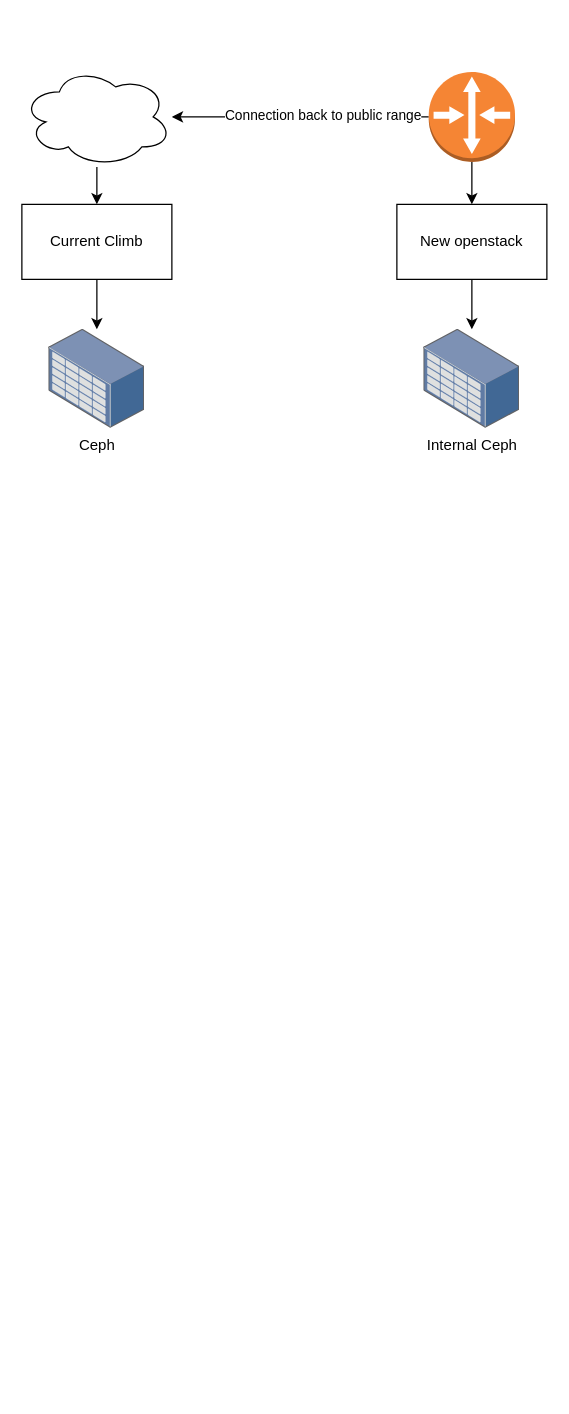
The draw.io diagram Untitled Diagram.drawio in frantek/Pi_Eyes, before the edit. Source tidied: cells renumbered, new cells numbered last; positions are measured from the earlier drawing's top-left corner, leaving out a move shared by most shapes. Both pictures are drawn from the tidied source at 125%, with x=0, y=0 at pixel (21, 66).
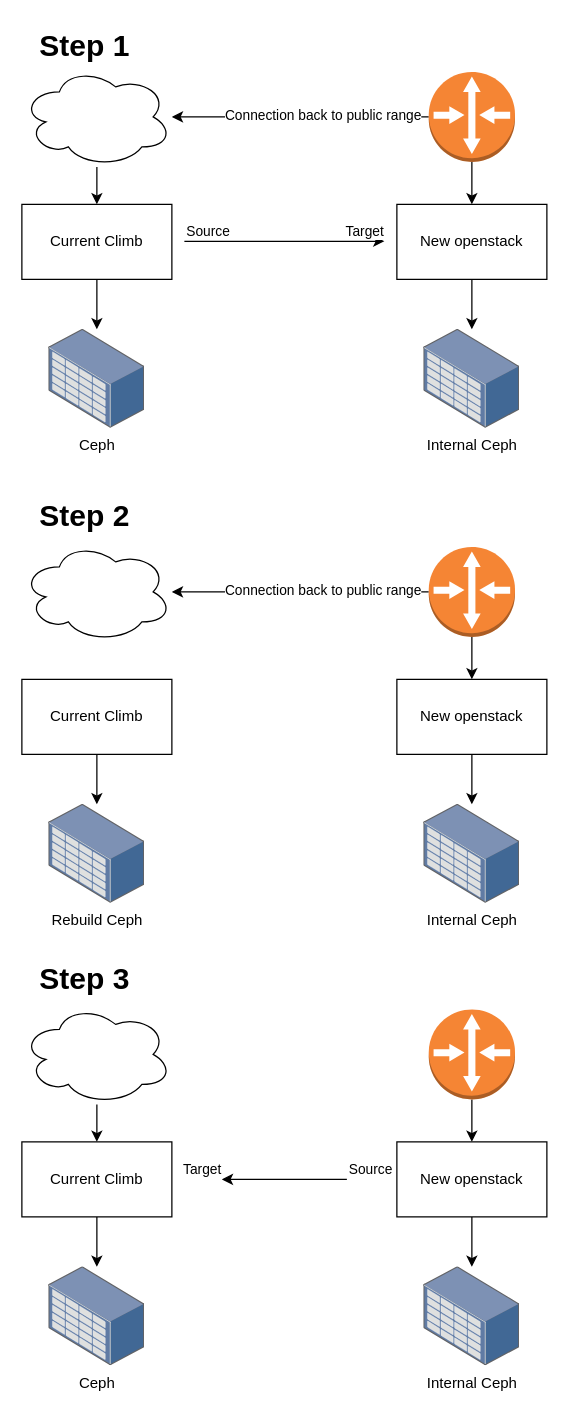
The same diagram, later.

Change to the diagram source:
```diff
@@
+    <mxCell id="14" style="edgeStyle=orthogonalEdgeStyle;rounded=0;jettySize=auto;html=1;" parent="1" edge="1" source="15" target="18">
+      <mxGeometry relative="1" as="geometry" />
+    </mxCell>
+    <mxCell id="15" value="Current Climb" style="rounded=0;whiteSpace=wrap;html=1;" parent="1" vertex="1">
+      <mxGeometry y="490" width="120" height="60" as="geometry" />
+    </mxCell>
+    <mxCell id="16" style="edgeStyle=orthogonalEdgeStyle;rounded=0;jettySize=auto;html=1;" parent="1" edge="1" source="17" target="19">
+      <mxGeometry relative="1" as="geometry" />
+    </mxCell>
+    <mxCell id="17" value="New openstack" style="rounded=0;whiteSpace=wrap;html=1;" parent="1" vertex="1">
+      <mxGeometry x="300" y="490" width="120" height="60" as="geometry" />
+    </mxCell>
+    <mxCell id="18" value="Rebuild Ceph" style="points=[];html=1;align=center;shadow=0;dashed=0;image;image=img/lib/allied_telesis/storage/Datacenter_Server_Storage_Unit_Large.svg;" parent="1" vertex="1">
+      <mxGeometry x="21.6" y="590" width="76.8" height="79.2" as="geometry" />
+    </mxCell>
+    <mxCell id="19" value="Internal Ceph" style="points=[];html=1;align=center;shadow=0;dashed=0;image;image=img/lib/allied_telesis/storage/Datacenter_Server_Storage_Unit_Large.svg;" parent="1" vertex="1">
+      <mxGeometry x="321.6" y="590" width="76.8" height="79.2" as="geometry" />
+    </mxCell>
+    <mxCell id="20" style="ellipse;shape=cloud;whiteSpace=wrap;html=1;" parent="1" vertex="1">
+      <mxGeometry y="380" width="120" height="80" as="geometry" />
+    </mxCell>
+    <mxCell id="21" style="edgeStyle=orthogonalEdgeStyle;rounded=0;jettySize=auto;html=1;" parent="1" edge="1" source="24" target="17">
+      <mxGeometry relative="1" as="geometry" />
+    </mxCell>
+    <mxCell id="22" style="edgeStyle=orthogonalEdgeStyle;rounded=0;jettySize=auto;html=1;" parent="1" edge="1" source="24" target="20">
+      <mxGeometry relative="1" as="geometry" />
+    </mxCell>
+    <mxCell id="23" value="Connection back to public range" style="edgeLabel;html=1;align=center;verticalAlign=middle;" parent="22" vertex="1">
+      <mxGeometry x="-0.17" y="-2" relative="1" as="geometry" />
+    </mxCell>
+    <mxCell id="24" style="outlineConnect=0;dashed=0;verticalLabelPosition=bottom;verticalAlign=top;align=center;html=1;shape=mxgraph.aws3.router;fillColor=#F58534;gradientColor=none;" parent="1" vertex="1">
+      <mxGeometry x="325.5" y="384" width="69" height="72" as="geometry" />
+    </mxCell>
+    <mxCell id="25" value="Step 3" style="text;strokeColor=none;fillColor=none;html=1;fontSize=24;fontStyle=1;verticalAlign=middle;align=center;" parent="1" vertex="1">
+      <mxGeometry y="710" width="100" height="40" as="geometry" />
+    </mxCell>
+    <mxCell id="26" value="Step 2" style="text;strokeColor=none;fillColor=none;html=1;fontSize=24;fontStyle=1;verticalAlign=middle;align=center;" parent="1" vertex="1">
+      <mxGeometry y="340" width="100" height="40" as="geometry" />
+    </mxCell>
+    <mxCell id="27" value="Step 1" style="text;strokeColor=none;fillColor=none;html=1;fontSize=24;fontStyle=1;verticalAlign=middle;align=center;" parent="1" vertex="1">
+      <mxGeometry y="-36" width="100" height="40" as="geometry" />
+    </mxCell>
+    <mxCell id="28" style="endArrow=classic;html=1;rounded=0;" parent="1" edge="1">
+      <mxGeometry relative="1" as="geometry">
+        <mxPoint x="130" y="139.5" as="sourcePoint" />
+        <mxPoint x="290" y="139.5" as="targetPoint" />
+      </mxGeometry>
+    </mxCell>
+    <mxCell id="29" value="Source" style="edgeLabel;html=1;align=left;verticalAlign=bottom;" parent="28" vertex="1">
+      <mxGeometry x="-1" relative="1" as="geometry" />
+    </mxCell>
+    <mxCell id="30" value="Target" style="edgeLabel;html=1;align=right;verticalAlign=bottom;" parent="28" vertex="1">
+      <mxGeometry x="1" relative="1" as="geometry" />
+    </mxCell>
+    <mxCell id="31" style="edgeStyle=orthogonalEdgeStyle;rounded=0;jettySize=auto;html=1;" parent="1" edge="1" source="32" target="35">
+      <mxGeometry relative="1" as="geometry" />
+    </mxCell>
+    <mxCell id="32" value="Current Climb" style="rounded=0;whiteSpace=wrap;html=1;" parent="1" vertex="1">
+      <mxGeometry y="860" width="120" height="60" as="geometry" />
+    </mxCell>
+    <mxCell id="33" style="edgeStyle=orthogonalEdgeStyle;rounded=0;jettySize=auto;html=1;" parent="1" edge="1" source="34" target="36">
+      <mxGeometry relative="1" as="geometry" />
+    </mxCell>
+    <mxCell id="34" value="New openstack" style="rounded=0;whiteSpace=wrap;html=1;" parent="1" vertex="1">
+      <mxGeometry x="300" y="860" width="120" height="60" as="geometry" />
+    </mxCell>
+    <mxCell id="35" value="Ceph" style="points=[];html=1;align=center;shadow=0;dashed=0;image;image=img/lib/allied_telesis/storage/Datacenter_Server_Storage_Unit_Large.svg;" parent="1" vertex="1">
+      <mxGeometry x="21.6" y="960" width="76.8" height="79.2" as="geometry" />
+    </mxCell>
+    <mxCell id="36" value="Internal Ceph" style="points=[];html=1;align=center;shadow=0;dashed=0;image;image=img/lib/allied_telesis/storage/Datacenter_Server_Storage_Unit_Large.svg;" parent="1" vertex="1">
+      <mxGeometry x="321.6" y="960" width="76.8" height="79.2" as="geometry" />
+    </mxCell>
+    <mxCell id="37" style="edgeStyle=orthogonalEdgeStyle;rounded=0;jettySize=auto;html=1;" parent="1" edge="1" source="38" target="32">
+      <mxGeometry relative="1" as="geometry" />
+    </mxCell>
+    <mxCell id="38" style="ellipse;shape=cloud;whiteSpace=wrap;html=1;" parent="1" vertex="1">
+      <mxGeometry y="750" width="120" height="80" as="geometry" />
+    </mxCell>
+    <mxCell id="39" style="edgeStyle=orthogonalEdgeStyle;rounded=0;jettySize=auto;html=1;" parent="1" edge="1" source="40" target="34">
+      <mxGeometry relative="1" as="geometry" />
+    </mxCell>
+    <mxCell id="40" style="outlineConnect=0;dashed=0;verticalLabelPosition=bottom;verticalAlign=top;align=center;html=1;shape=mxgraph.aws3.router;fillColor=#F58534;gradientColor=none;" parent="1" vertex="1">
+      <mxGeometry x="325.5" y="754" width="69" height="72" as="geometry" />
+    </mxCell>
+    <mxCell id="41" style="endArrow=classic;html=1;rounded=0;" parent="1" edge="1">
+      <mxGeometry relative="1" as="geometry">
+        <mxPoint x="260" y="890" as="sourcePoint" />
+        <mxPoint x="160" y="890" as="targetPoint" />
+      </mxGeometry>
+    </mxCell>
+    <mxCell id="42" value="Source" style="edgeLabel;html=1;align=left;verticalAlign=bottom;" parent="41" vertex="1">
+      <mxGeometry x="-1" relative="1" as="geometry" />
+    </mxCell>
+    <mxCell id="43" value="Target" style="edgeLabel;html=1;align=right;verticalAlign=bottom;" parent="41" vertex="1">
+      <mxGeometry x="1" relative="1" as="geometry" />
+    </mxCell>
```
